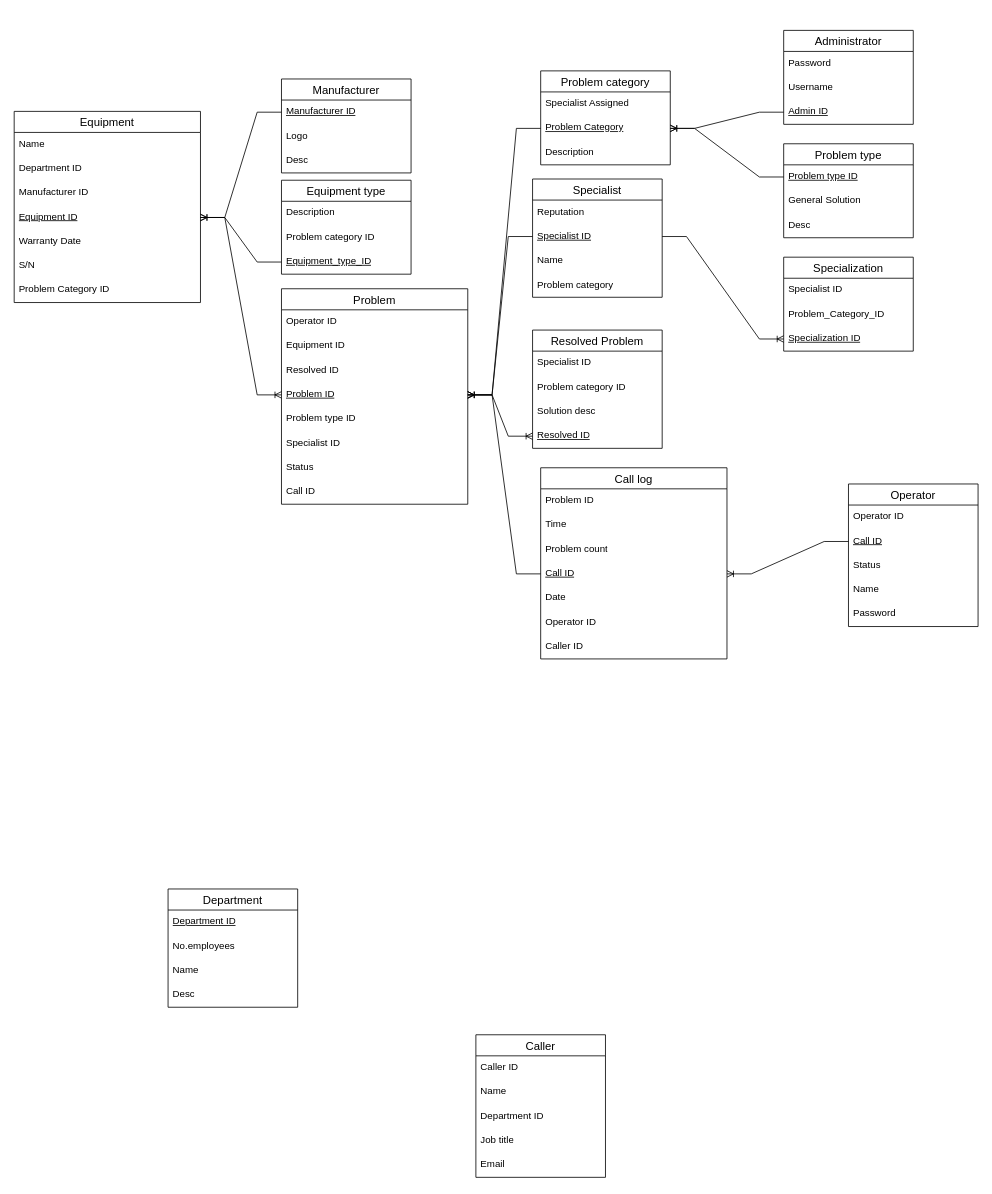
Before: Diagrama sem nome.drawio in VascoRuas/diagramas, a draw.io diagram. Source tidied: cells renumbered, new cells numbered last; positions are measured from the earlier drawing's top-left corner, leaving out a move shared by most shapes. Both pictures are drawn from the tidied source at 81%, with x=0, y=0 at pixel (14, 30).
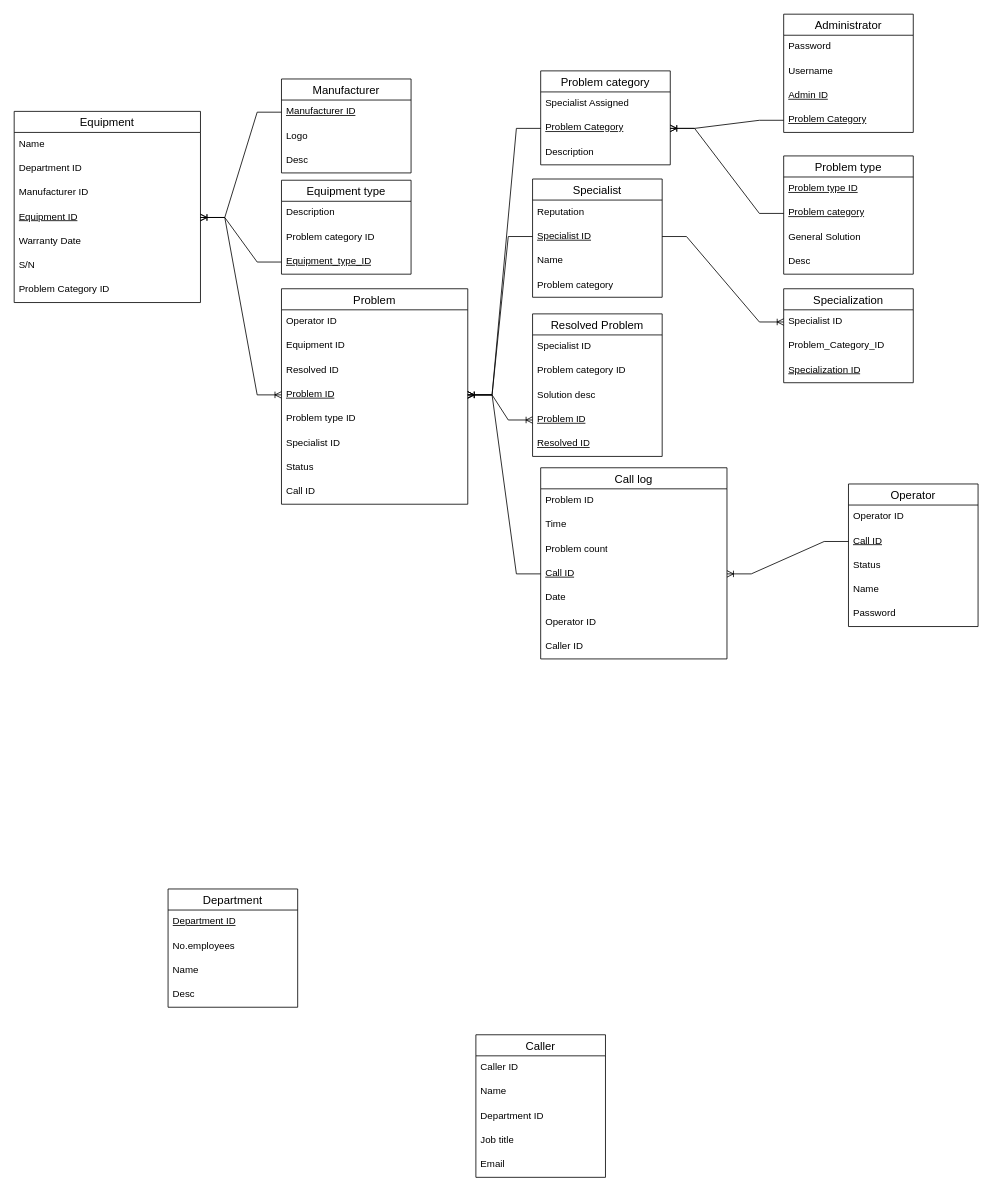
After the change.

The change refers to these unchanged cells:
```xml
<mxCell id="5" value="Admin ID" style="text;strokeColor=none;fillColor=none;spacingLeft=4;spacingRight=4;overflow=hidden;points=[[0,0.5],[1,0.5]];portConstraint=eastwest;fontSize=12;whiteSpace=wrap;html=1;fontStyle=4;" parent="2" vertex="1">
  <mxGeometry y="86" width="160" height="30" as="geometry" />
</mxCell>
<mxCell id="29" value="Problem Category" style="text;strokeColor=none;fillColor=none;spacingLeft=4;spacingRight=4;overflow=hidden;points=[[0,0.5],[1,0.5]];portConstraint=eastwest;fontSize=12;whiteSpace=wrap;html=1;fontStyle=4;" parent="27" vertex="1">
  <mxGeometry y="56" width="160" height="30" as="geometry" />
</mxCell>
<mxCell id="32" value="Specialist ID" style="text;strokeColor=none;fillColor=none;spacingLeft=4;spacingRight=4;overflow=hidden;points=[[0,0.5],[1,0.5]];portConstraint=eastwest;fontSize=12;whiteSpace=wrap;html=1;" parent="31" vertex="1">
  <mxGeometry y="26" width="160" height="30" as="geometry" />
</mxCell>
<mxCell id="34" value="Specialization ID" style="text;strokeColor=none;fillColor=none;spacingLeft=4;spacingRight=4;overflow=hidden;points=[[0,0.5],[1,0.5]];portConstraint=eastwest;fontSize=12;whiteSpace=wrap;html=1;fontStyle=4;" parent="31" vertex="1">
  <mxGeometry y="86" width="160" height="30" as="geometry" />
</mxCell>
<mxCell id="71" value="Specialist ID" style="text;strokeColor=none;fillColor=none;spacingLeft=4;spacingRight=4;overflow=hidden;points=[[0,0.5],[1,0.5]];portConstraint=eastwest;fontSize=12;whiteSpace=wrap;html=1;fontStyle=4;" parent="69" vertex="1">
  <mxGeometry y="56" width="160" height="30" as="geometry" />
</mxCell>
<mxCell id="75" value="Problem type ID" style="text;strokeColor=none;fillColor=none;spacingLeft=4;spacingRight=4;overflow=hidden;points=[[0,0.5],[1,0.5]];portConstraint=eastwest;fontSize=12;whiteSpace=wrap;html=1;fontStyle=4;" parent="74" vertex="1">
  <mxGeometry y="26" width="160" height="30" as="geometry" />
</mxCell>
```

Change to the diagram source:
```diff
@@
     <mxCell id="2" value="Administrator" style="swimlane;fontStyle=0;horizontal=1;startSize=26;align=center;fontSize=14;" parent="1" vertex="1">
-      <mxGeometry x="950" width="160" height="116" as="geometry" />
+      <mxGeometry x="950" y="-20" width="160" height="146" as="geometry" />
     </mxCell>
@@
+    <mxCell id="89" value="Problem Category" style="text;strokeColor=none;fillColor=none;spacingLeft=4;spacingRight=4;overflow=hidden;points=[[0,0.5],[1,0.5]];portConstraint=eastwest;fontSize=12;whiteSpace=wrap;html=1;fontStyle=4;" parent="2" vertex="1">
+      <mxGeometry y="116" width="160" height="30" as="geometry" />
+    </mxCell>
     <mxCell id="6" value="Resolved Problem" style="swimlane;fontStyle=0;horizontal=1;startSize=26;align=center;fontSize=14;" parent="1" vertex="1">
-      <mxGeometry x="640" y="370" width="160" height="146" as="geometry" />
+      <mxGeometry x="640" y="350" width="160" height="176" as="geometry" />
     </mxCell>
@@
-    <mxCell id="10" value="Resolved ID" style="text;strokeColor=none;fillColor=none;spacingLeft=4;spacingRight=4;overflow=hidden;points=[[0,0.5],[1,0.5]];portConstraint=eastwest;fontSize=12;whiteSpace=wrap;html=1;fontStyle=4;" parent="6" vertex="1">
+    <mxCell id="10" value="Problem ID" style="text;strokeColor=none;fillColor=none;spacingLeft=4;spacingRight=4;overflow=hidden;points=[[0,0.5],[1,0.5]];portConstraint=eastwest;fontSize=12;whiteSpace=wrap;html=1;fontStyle=4;" parent="6" vertex="1">
       <mxGeometry y="116" width="160" height="30" as="geometry" />
     </mxCell>
+    <mxCell id="90" value="Resolved ID" style="text;strokeColor=none;fillColor=none;spacingLeft=4;spacingRight=4;overflow=hidden;fontSize=12;whiteSpace=wrap;html=1;fontStyle=4;" parent="6" vertex="1">
+      <mxGeometry y="146" width="160" height="30" as="geometry" />
+    </mxCell>
@@
     <mxCell id="31" value="Specialization" style="swimlane;fontStyle=0;horizontal=1;startSize=26;align=center;fontSize=14;" parent="1" vertex="1">
-      <mxGeometry x="950" y="280" width="160" height="116" as="geometry" />
+      <mxGeometry x="950" y="319" width="160" height="116" as="geometry" />
     </mxCell>
@@
     <mxCell id="74" value="Problem type" style="swimlane;fontStyle=0;horizontal=1;startSize=26;align=center;fontSize=14;" parent="1" vertex="1">
-      <mxGeometry x="950" y="140" width="160" height="116" as="geometry" />
+      <mxGeometry x="950" y="155" width="160" height="146" as="geometry" />
     </mxCell>
@@
+    <mxCell id="91" value="Problem category" style="text;strokeColor=none;fillColor=none;spacingLeft=4;spacingRight=4;overflow=hidden;points=[[0,0.5],[1,0.5]];portConstraint=eastwest;fontSize=12;whiteSpace=wrap;html=1;fontStyle=4;" parent="74" vertex="1">
+      <mxGeometry y="56" width="160" height="30" as="geometry" />
+    </mxCell>
     <mxCell id="76" value="General Solution" style="text;strokeColor=none;fillColor=none;spacingLeft=4;spacingRight=4;overflow=hidden;fontSize=12;whiteSpace=wrap;html=1;" parent="74" vertex="1">
-      <mxGeometry y="56" width="160" height="30" as="geometry" />
+      <mxGeometry y="86" width="160" height="30" as="geometry" />
     </mxCell>
     <mxCell id="77" value="Desc" style="text;strokeColor=none;fillColor=none;spacingLeft=4;spacingRight=4;overflow=hidden;fontSize=12;whiteSpace=wrap;html=1;" parent="74" vertex="1">
-      <mxGeometry y="86" width="160" height="30" as="geometry" />
+      <mxGeometry y="116" width="160" height="30" as="geometry" />
     </mxCell>
@@
-    <mxCell id="81" style="edgeStyle=entityRelationEdgeStyle;fontSize=12;html=1;endArrow=ERoneToMany;rounded=0;exitX=0;exitY=0.5;exitDx=0;exitDy=0;entryX=1;entryY=0.5;entryDx=0;entryDy=0;" parent="1" edge="1" source="5" target="29">
+    <mxCell id="81" style="edgeStyle=entityRelationEdgeStyle;fontSize=12;html=1;endArrow=ERoneToMany;rounded=0;exitX=0;exitY=0.5;exitDx=0;exitDy=0;entryX=1;entryY=0.5;entryDx=0;entryDy=0;" parent="1" edge="1" source="89" target="29">
       <mxGeometry relative="1" as="geometry">
         <Array as="points">
           <mxPoint x="1480" y="21.5" />
         </Array>
       </mxGeometry>
     </mxCell>
@@
-    <mxCell id="85" style="edgeStyle=entityRelationEdgeStyle;fontSize=12;html=1;endArrow=ERoneToMany;rounded=0;entryX=0;entryY=0.5;entryDx=0;entryDy=0;exitX=1;exitY=0.5;exitDx=0;exitDy=0;" parent="1" edge="1" source="71" target="34">
+    <mxCell id="85" style="edgeStyle=entityRelationEdgeStyle;fontSize=12;html=1;endArrow=ERoneToMany;rounded=0;entryX=0;entryY=0.5;entryDx=0;entryDy=0;exitX=1;exitY=0.5;exitDx=0;exitDy=0;" parent="1" edge="1" source="71" target="32">
       <mxGeometry relative="1" as="geometry">
         <Array as="points">
           <mxPoint x="985" y="376" />
         </Array>
       </mxGeometry>
     </mxCell>
-    <mxCell id="86" style="edgeStyle=entityRelationEdgeStyle;fontSize=12;html=1;endArrow=ERoneToMany;rounded=0;entryX=1;entryY=0.5;entryDx=0;entryDy=0;exitX=0;exitY=0.5;exitDx=0;exitDy=0;" parent="1" edge="1" source="75" target="29">
+    <mxCell id="86" style="edgeStyle=entityRelationEdgeStyle;fontSize=12;html=1;endArrow=ERoneToMany;rounded=0;entryX=1;entryY=0.5;entryDx=0;entryDy=0;exitX=0;exitY=0.5;exitDx=0;exitDy=0;" parent="1" edge="1" source="91" target="29">
       <mxGeometry relative="1" as="geometry">
         <Array as="points">
           <mxPoint x="1490" y="31.5" />
         </Array>
       </mxGeometry>
     </mxCell>
```
